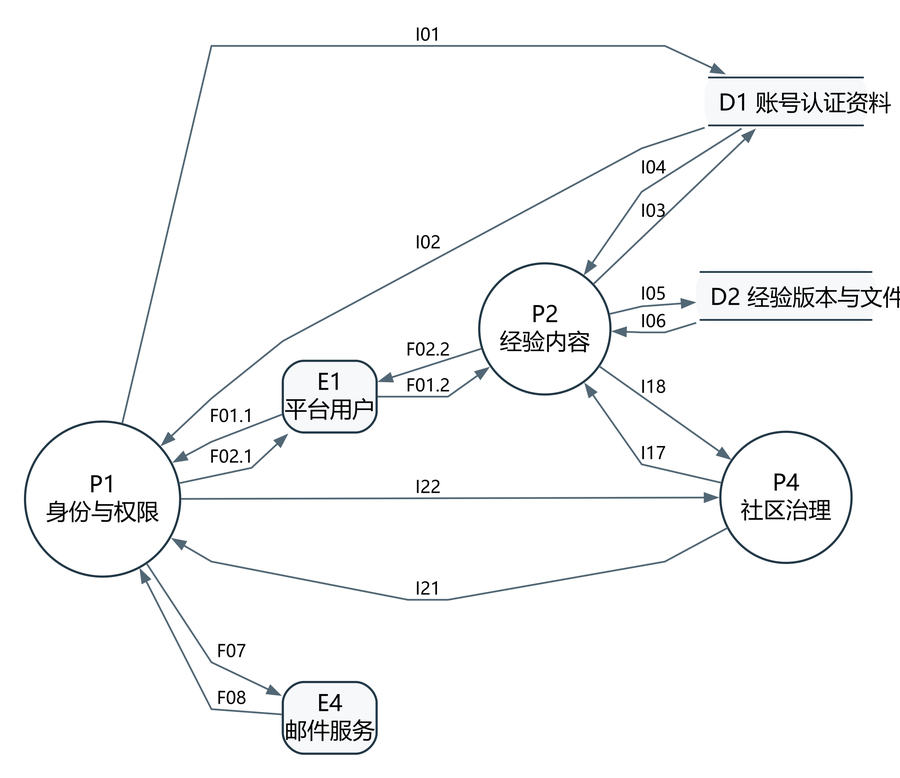
This is docs/project/models/图表与模型/DFD01.png from jason-bitc/HZCU-CampusHub, a Graphviz export, as it was before one commit. Its source is kept beside it as docs/project/models/图表与模型/DFD01.dot.
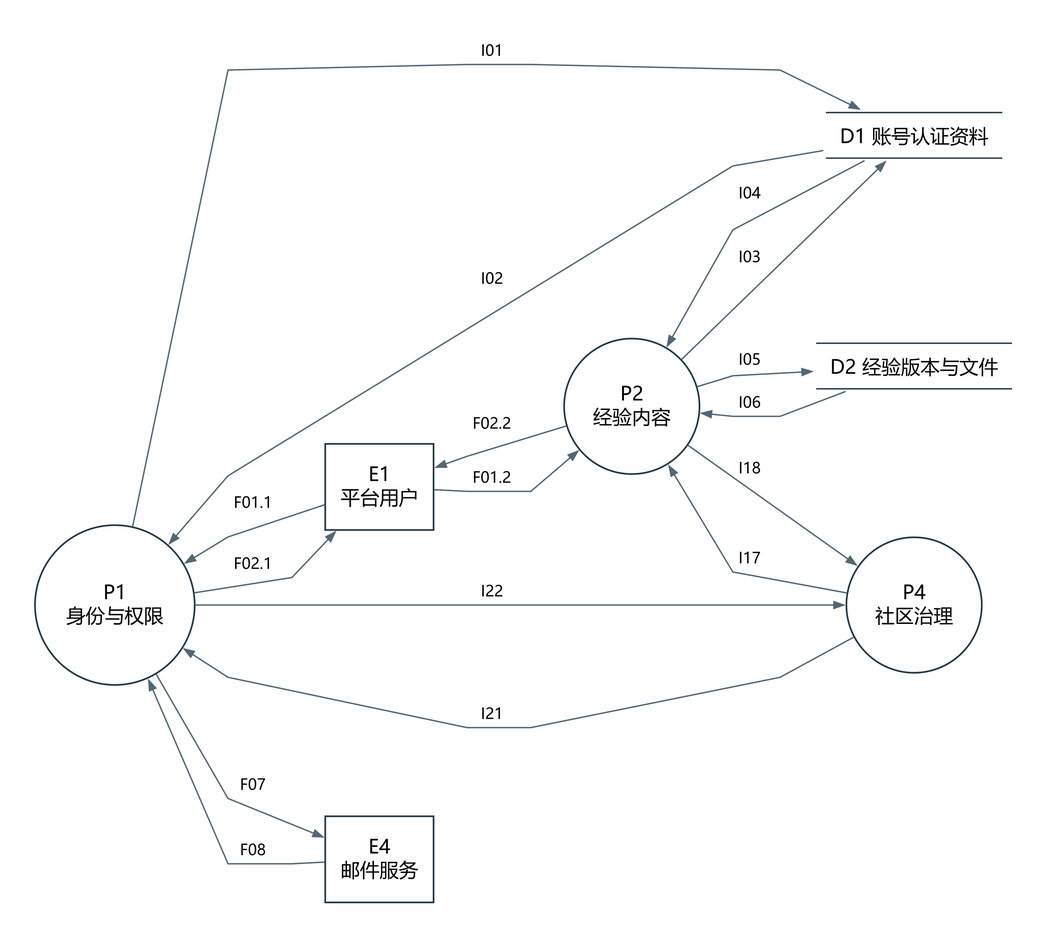
The same file after the commit.

Change to the diagram source:
```diff
@@ -1,28 +1,28 @@
 digraph G {
-graph [rankdir=LR,nodesep=0.30,ranksep=0.48,bgcolor="white",splines=polyline,pad=0.20];
-node [fontname="Microsoft YaHei",fontsize=13,color="#223846",penwidth=1.25,margin="0.10,0.07",style="rounded,filled",fillcolor="#F6F8FA"];
-edge [fontname="Microsoft YaHei",fontsize=10,color="#526775",arrowsize=0.7];
-"P1" [shape=circle,label="P1\n身份与权限",style="filled",fillcolor="white"];
-"P2" [shape=circle,label="P2\n经验内容",style="filled",fillcolor="white"];
-"E1" [shape=box,label="E1\n平台用户"];
-"E4" [shape=box,label="E4\n邮件服务"];
-"D1" [shape=plain,label=<<TABLE BORDER="0" CELLBORDER="0" CELLPADDING="5"><TR><TD BORDER="1" SIDES="TB">D1 账号认证资料</TD></TR></TABLE>>];
-"D2" [shape=plain,label=<<TABLE BORDER="0" CELLBORDER="0" CELLPADDING="5"><TR><TD BORDER="1" SIDES="TB">D2 经验版本与文件</TD></TR></TABLE>>];
-"P4" [shape=circle,label="P4\n社区治理",style="filled",fillcolor="white"];
-"E1" -> "P1" [label="F01.1"];
-"P1" -> "E1" [label="F02.1"];
-"E1" -> "P2" [label="F01.2"];
-"P2" -> "E1" [label="F02.2"];
-"P1" -> "E4" [label="F07"];
-"E4" -> "P1" [label="F08"];
-"P1" -> "D1" [label="I01"];
-"D1" -> "P1" [label="I02"];
-"P2" -> "D1" [label="I03"];
-"D1" -> "P2" [label="I04"];
-"P2" -> "D2" [label="I05"];
-"D2" -> "P2" [label="I06"];
-"P4" -> "P2" [label="I17"];
-"P2" -> "P4" [label="I18"];
-"P4" -> "P1" [label="I21"];
-"P1" -> "P4" [label="I22"];
+graph [rankdir=LR,nodesep=0.45,ranksep=0.65,bgcolor="white",splines=polyline,pad=0.35];
+node [fontname="Microsoft YaHei",fontsize=14,color="#223846",penwidth=1.2,margin="0.12,0.10",fillcolor="white",style="filled"];
+edge [fontname="Microsoft YaHei",fontsize=11,color="#526775",arrowsize=0.7];
+"P1" [shape=circle,label="P1\n身份与权限",width=1.597,height=1.597];
+"P2" [shape=circle,label="P2\n经验内容",width=1.354,height=1.354];
+"E1" [shape=box,label="E1\n平台用户",width=1.083,height=0.861];
+"E4" [shape=box,label="E4\n邮件服务",width=1.083,height=0.861];
+"D1" [shape=plain,label=<<TABLE BORDER="0" CELLBORDER="0" CELLPADDING="7" WIDTH="131"><TR><TD BORDER="1" SIDES="TB"><FONT FACE="Microsoft YaHei" POINT-SIZE="14">D1 账号认证资料</FONT></TD></TR></TABLE>>];
+"D2" [shape=plain,label=<<TABLE BORDER="0" CELLBORDER="0" CELLPADDING="7" WIDTH="145"><TR><TD BORDER="1" SIDES="TB"><FONT FACE="Microsoft YaHei" POINT-SIZE="14">D2 经验版本与文件</FONT></TD></TR></TABLE>>];
+"P4" [shape=circle,label="P4\n社区治理",width=1.354,height=1.354];
+"E1" -> "P1" [label=<<TABLE BORDER="0" CELLBORDER="0" CELLPADDING="2" WIDTH="46"><TR><TD><FONT FACE="Microsoft YaHei" POINT-SIZE="11">F01.1</FONT></TD></TR></TABLE>>];
+"P1" -> "E1" [label=<<TABLE BORDER="0" CELLBORDER="0" CELLPADDING="2" WIDTH="46"><TR><TD><FONT FACE="Microsoft YaHei" POINT-SIZE="11">F02.1</FONT></TD></TR></TABLE>>];
+"E1" -> "P2" [label=<<TABLE BORDER="0" CELLBORDER="0" CELLPADDING="2" WIDTH="46"><TR><TD><FONT FACE="Microsoft YaHei" POINT-SIZE="11">F01.2</FONT></TD></TR></TABLE>>];
+"P2" -> "E1" [label=<<TABLE BORDER="0" CELLBORDER="0" CELLPADDING="2" WIDTH="46"><TR><TD><FONT FACE="Microsoft YaHei" POINT-SIZE="11">F02.2</FONT></TD></TR></TABLE>>];
+"P1" -> "E4" [label=<<TABLE BORDER="0" CELLBORDER="0" CELLPADDING="2" WIDTH="37"><TR><TD><FONT FACE="Microsoft YaHei" POINT-SIZE="11">F07</FONT></TD></TR></TABLE>>];
+"E4" -> "P1" [label=<<TABLE BORDER="0" CELLBORDER="0" CELLPADDING="2" WIDTH="37"><TR><TD><FONT FACE="Microsoft YaHei" POINT-SIZE="11">F08</FONT></TD></TR></TABLE>>];
+"P1" -> "D1" [label=<<TABLE BORDER="0" CELLBORDER="0" CELLPADDING="2" WIDTH="34"><TR><TD><FONT FACE="Microsoft YaHei" POINT-SIZE="11">I01</FONT></TD></TR></TABLE>>];
+"D1" -> "P1" [label=<<TABLE BORDER="0" CELLBORDER="0" CELLPADDING="2" WIDTH="34"><TR><TD><FONT FACE="Microsoft YaHei" POINT-SIZE="11">I02</FONT></TD></TR></TABLE>>];
+"P2" -> "D1" [label=<<TABLE BORDER="0" CELLBORDER="0" CELLPADDING="2" WIDTH="34"><TR><TD><FONT FACE="Microsoft YaHei" POINT-SIZE="11">I03</FONT></TD></TR></TABLE>>];
+"D1" -> "P2" [label=<<TABLE BORDER="0" CELLBORDER="0" CELLPADDING="2" WIDTH="34"><TR><TD><FONT FACE="Microsoft YaHei" POINT-SIZE="11">I04</FONT></TD></TR></TABLE>>];
+"P2" -> "D2" [label=<<TABLE BORDER="0" CELLBORDER="0" CELLPADDING="2" WIDTH="34"><TR><TD><FONT FACE="Microsoft YaHei" POINT-SIZE="11">I05</FONT></TD></TR></TABLE>>];
+"D2" -> "P2" [label=<<TABLE BORDER="0" CELLBORDER="0" CELLPADDING="2" WIDTH="34"><TR><TD><FONT FACE="Microsoft YaHei" POINT-SIZE="11">I06</FONT></TD></TR></TABLE>>];
+"P4" -> "P2" [label=<<TABLE BORDER="0" CELLBORDER="0" CELLPADDING="2" WIDTH="34"><TR><TD><FONT FACE="Microsoft YaHei" POINT-SIZE="11">I17</FONT></TD></TR></TABLE>>];
+"P2" -> "P4" [label=<<TABLE BORDER="0" CELLBORDER="0" CELLPADDING="2" WIDTH="34"><TR><TD><FONT FACE="Microsoft YaHei" POINT-SIZE="11">I18</FONT></TD></TR></TABLE>>];
+"P4" -> "P1" [label=<<TABLE BORDER="0" CELLBORDER="0" CELLPADDING="2" WIDTH="34"><TR><TD><FONT FACE="Microsoft YaHei" POINT-SIZE="11">I21</FONT></TD></TR></TABLE>>];
+"P1" -> "P4" [label=<<TABLE BORDER="0" CELLBORDER="0" CELLPADDING="2" WIDTH="34"><TR><TD><FONT FACE="Microsoft YaHei" POINT-SIZE="11">I22</FONT></TD></TR></TABLE>>];
 }
```
